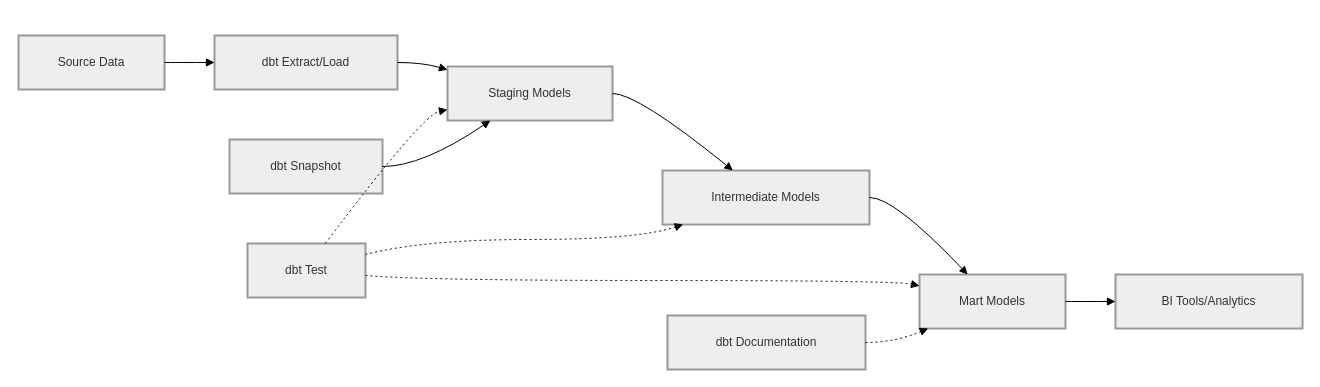
This is dbt achitecture.drawio from canadadry1225521/architecture-design, a draw.io file, before an edit. Source tidied: cells renumbered, new cells numbered last; positions are measured from the earlier drawing's top-left corner, leaving out a move shared by most shapes. Both pictures are drawn from the tidied source at 100%, with x=0, y=0 at pixel (18, 35).
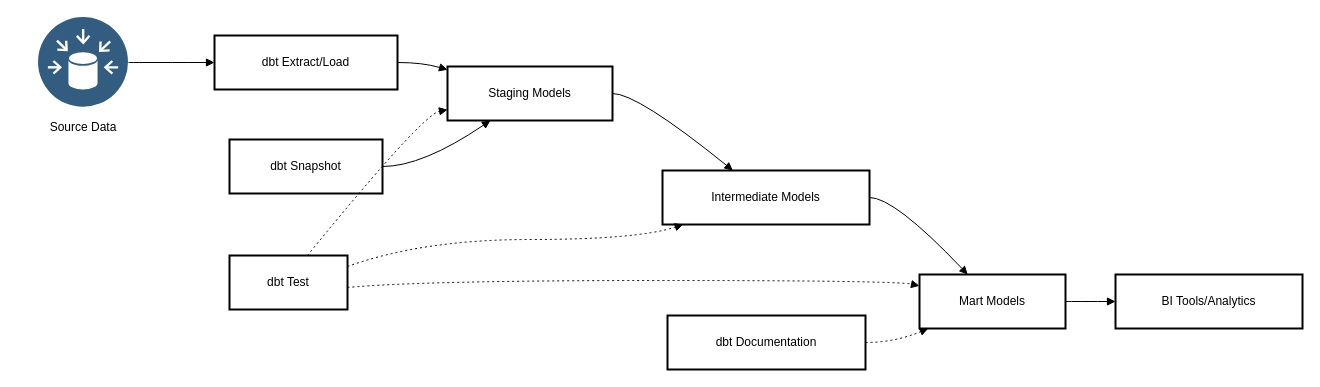
The same page after the edit.

Change to the diagram source:
```diff
@@
-    <mxCell id="2" value="Source Data" style="whiteSpace=wrap;strokeWidth=2;fillColor=light-dark(#eeeeee,#1f2020);strokeColor=light-dark(#999999,#cccccc);fontColor=light-dark(#333333,#cccccc);" parent="1" vertex="1">
-      <mxGeometry width="146" height="54" as="geometry" />
-    </mxCell>
-    <mxCell id="3" value="dbt Extract/Load" style="whiteSpace=wrap;strokeWidth=2;fillColor=light-dark(#eeeeee,#1f2020);strokeColor=light-dark(#999999,#cccccc);fontColor=light-dark(#333333,#cccccc);" parent="1" vertex="1">
+    <mxCell id="3" value="dbt Extract/Load" style="whiteSpace=wrap;strokeWidth=2;labelBackgroundColor=none;rounded=0;" parent="1" vertex="1">
       <mxGeometry x="196" width="183" height="54" as="geometry" />
     </mxCell>
-    <mxCell id="4" value="Staging Models" style="whiteSpace=wrap;strokeWidth=2;fillColor=light-dark(#eeeeee,#1f2020);strokeColor=light-dark(#999999,#cccccc);fontColor=light-dark(#333333,#cccccc);" parent="1" vertex="1">
+    <mxCell id="4" value="Staging Models" style="whiteSpace=wrap;strokeWidth=2;labelBackgroundColor=none;rounded=0;" parent="1" vertex="1">
       <mxGeometry x="429" y="31" width="165" height="54" as="geometry" />
     </mxCell>
-    <mxCell id="5" value="Intermediate Models" style="whiteSpace=wrap;strokeWidth=2;fillColor=light-dark(#eeeeee,#1f2020);strokeColor=light-dark(#999999,#cccccc);fontColor=light-dark(#333333,#cccccc);" parent="1" vertex="1">
+    <mxCell id="5" value="Intermediate Models" style="whiteSpace=wrap;strokeWidth=2;labelBackgroundColor=none;rounded=0;" parent="1" vertex="1">
       <mxGeometry x="644" y="135" width="207" height="54" as="geometry" />
     </mxCell>
-    <mxCell id="6" value="Mart Models" style="whiteSpace=wrap;strokeWidth=2;fillColor=light-dark(#eeeeee,#1f2020);strokeColor=light-dark(#999999,#cccccc);fontColor=light-dark(#333333,#cccccc);" parent="1" vertex="1">
+    <mxCell id="6" value="Mart Models" style="whiteSpace=wrap;strokeWidth=2;labelBackgroundColor=none;rounded=0;" parent="1" vertex="1">
       <mxGeometry x="901" y="239" width="146" height="54" as="geometry" />
     </mxCell>
-    <mxCell id="7" value="BI Tools/Analytics" style="whiteSpace=wrap;strokeWidth=2;fillColor=light-dark(#eeeeee,#1f2020);strokeColor=light-dark(#999999,#cccccc);fontColor=light-dark(#333333,#cccccc);" parent="1" vertex="1">
+    <mxCell id="7" value="BI Tools/Analytics" style="whiteSpace=wrap;strokeWidth=2;labelBackgroundColor=none;rounded=0;" parent="1" vertex="1">
       <mxGeometry x="1097" y="239" width="187" height="54" as="geometry" />
     </mxCell>
-    <mxCell id="8" value="dbt Test" style="whiteSpace=wrap;strokeWidth=2;fillColor=light-dark(#eeeeee,#1f2020);strokeColor=light-dark(#999999,#cccccc);fontColor=light-dark(#333333,#cccccc);" parent="1" vertex="1">
-      <mxGeometry x="229" y="208" width="118" height="54" as="geometry" />
+    <mxCell id="8" value="dbt Test" style="whiteSpace=wrap;strokeWidth=2;labelBackgroundColor=none;rounded=0;" parent="1" vertex="1">
+      <mxGeometry x="211" y="220" width="118" height="54" as="geometry" />
     </mxCell>
-    <mxCell id="9" value="dbt Documentation" style="whiteSpace=wrap;strokeWidth=2;fillColor=light-dark(#eeeeee,#1f2020);strokeColor=light-dark(#999999,#cccccc);fontColor=light-dark(#333333,#cccccc);" parent="1" vertex="1">
+    <mxCell id="9" value="dbt Documentation" style="whiteSpace=wrap;strokeWidth=2;labelBackgroundColor=none;rounded=0;" parent="1" vertex="1">
       <mxGeometry x="649" y="280" width="198" height="54" as="geometry" />
     </mxCell>
-    <mxCell id="10" value="dbt Snapshot" style="whiteSpace=wrap;strokeWidth=2;fillColor=light-dark(#eeeeee,#1f2020);strokeColor=light-dark(#999999,#cccccc);fontColor=light-dark(#333333,#cccccc);" parent="1" vertex="1">
+    <mxCell id="10" value="dbt Snapshot" style="whiteSpace=wrap;strokeWidth=2;labelBackgroundColor=none;rounded=0;" parent="1" vertex="1">
       <mxGeometry x="211" y="104" width="153" height="54" as="geometry" />
     </mxCell>
-    <mxCell id="11" style="curved=1;startArrow=none;endArrow=block;exitX=1;exitY=0.5;entryX=0;entryY=0.5;rounded=0;" parent="1" edge="1" source="2" target="3">
+    <mxCell id="11" style="curved=1;startArrow=none;endArrow=block;exitX=1;exitY=0.5;entryX=0;entryY=0.5;rounded=0;labelBackgroundColor=none;fontColor=default;exitDx=0;exitDy=0;" parent="1" edge="1" source="21" target="3">
       <mxGeometry relative="1" as="geometry" />
     </mxCell>
-    <mxCell id="12" style="curved=1;startArrow=none;endArrow=block;exitX=1;exitY=0.5;entryX=0;entryY=0.06;rounded=0;" parent="1" edge="1" source="3" target="4">
+    <mxCell id="12" style="curved=1;startArrow=none;endArrow=block;exitX=1;exitY=0.5;entryX=0;entryY=0.06;rounded=0;labelBackgroundColor=none;fontColor=default;" parent="1" edge="1" source="3" target="4">
       <mxGeometry relative="1" as="geometry">
         <Array as="points">
           <mxPoint x="404" y="27" />
         </Array>
       </mxGeometry>
     </mxCell>
-    <mxCell id="13" style="curved=1;startArrow=none;endArrow=block;exitX=1;exitY=0.5;entryX=0.34;entryY=0;rounded=0;" parent="1" edge="1" source="4" target="5">
+    <mxCell id="13" style="curved=1;startArrow=none;endArrow=block;exitX=1;exitY=0.5;entryX=0.34;entryY=0;rounded=0;labelBackgroundColor=none;fontColor=default;" parent="1" edge="1" source="4" target="5">
       <mxGeometry relative="1" as="geometry">
         <Array as="points">
           <mxPoint x="619" y="58" />
         </Array>
       </mxGeometry>
     </mxCell>
-    <mxCell id="14" style="curved=1;startArrow=none;endArrow=block;exitX=1;exitY=0.5;entryX=0.33;entryY=0;rounded=0;" parent="1" edge="1" source="5" target="6">
+    <mxCell id="14" style="curved=1;startArrow=none;endArrow=block;exitX=1;exitY=0.5;entryX=0.33;entryY=0;rounded=0;labelBackgroundColor=none;fontColor=default;" parent="1" edge="1" source="5" target="6">
       <mxGeometry relative="1" as="geometry">
         <Array as="points">
           <mxPoint x="876" y="162" />
         </Array>
       </mxGeometry>
     </mxCell>
-    <mxCell id="15" style="curved=1;startArrow=none;endArrow=block;exitX=1;exitY=0.5;entryX=0;entryY=0.5;rounded=0;" parent="1" edge="1" source="6" target="7">
+    <mxCell id="15" style="curved=1;startArrow=none;endArrow=block;exitX=1;exitY=0.5;entryX=0;entryY=0.5;rounded=0;labelBackgroundColor=none;fontColor=default;" parent="1" edge="1" source="6" target="7">
       <mxGeometry relative="1" as="geometry" />
     </mxCell>
-    <mxCell id="16" style="curved=1;dashed=1;dashPattern=2 3;startArrow=none;endArrow=block;exitX=0.66;exitY=0;entryX=0;entryY=0.8;rounded=0;" parent="1" edge="1" source="8" target="4">
+    <mxCell id="16" style="curved=1;dashed=1;dashPattern=2 3;startArrow=none;endArrow=block;exitX=0.66;exitY=0;entryX=0;entryY=0.8;rounded=0;labelBackgroundColor=none;fontColor=default;" parent="1" edge="1" source="8" target="4">
       <mxGeometry relative="1" as="geometry">
         <Array as="points">
           <mxPoint x="404" y="79" />
         </Array>
       </mxGeometry>
     </mxCell>
-    <mxCell id="17" style="curved=1;dashed=1;dashPattern=2 3;startArrow=none;endArrow=block;exitX=0.99;exitY=0.21;entryX=0.1;entryY=1;rounded=0;" parent="1" edge="1" source="8" target="5">
+    <mxCell id="17" style="curved=1;dashed=1;dashPattern=2 3;startArrow=none;endArrow=block;exitX=0.99;exitY=0.21;entryX=0.1;entryY=1;rounded=0;labelBackgroundColor=none;fontColor=default;" parent="1" edge="1" source="8" target="5">
       <mxGeometry relative="1" as="geometry">
         <Array as="points">
           <mxPoint x="404" y="204" />
           <mxPoint x="619" y="204" />
         </Array>
       </mxGeometry>
     </mxCell>
-    <mxCell id="18" style="curved=1;dashed=1;dashPattern=2 3;startArrow=none;endArrow=block;exitX=0.99;exitY=0.59;entryX=0;entryY=0.21;rounded=0;" parent="1" edge="1" source="8" target="6">
+    <mxCell id="18" style="curved=1;dashed=1;dashPattern=2 3;startArrow=none;endArrow=block;exitX=0.99;exitY=0.59;entryX=0;entryY=0.21;rounded=0;labelBackgroundColor=none;fontColor=default;" parent="1" edge="1" source="8" target="6">
       <mxGeometry relative="1" as="geometry">
         <Array as="points">
           <mxPoint x="404" y="245" />
           <mxPoint x="876" y="245" />
         </Array>
       </mxGeometry>
     </mxCell>
-    <mxCell id="19" style="curved=1;dashed=1;dashPattern=2 3;startArrow=none;endArrow=block;exitX=1;exitY=0.5;entryX=0.06;entryY=1;rounded=0;" parent="1" edge="1" source="9" target="6">
+    <mxCell id="19" style="curved=1;dashed=1;dashPattern=2 3;startArrow=none;endArrow=block;exitX=1;exitY=0.5;entryX=0.06;entryY=1;rounded=0;labelBackgroundColor=none;fontColor=default;" parent="1" edge="1" source="9" target="6">
       <mxGeometry relative="1" as="geometry">
         <Array as="points">
           <mxPoint x="876" y="307" />
         </Array>
       </mxGeometry>
     </mxCell>
-    <mxCell id="20" style="curved=1;startArrow=none;endArrow=block;exitX=1;exitY=0.5;entryX=0.26;entryY=1;rounded=0;" parent="1" edge="1" source="10" target="4">
+    <mxCell id="20" style="curved=1;startArrow=none;endArrow=block;exitX=1;exitY=0.5;entryX=0.26;entryY=1;rounded=0;labelBackgroundColor=none;fontColor=default;" parent="1" edge="1" source="10" target="4">
       <mxGeometry relative="1" as="geometry">
         <Array as="points">
           <mxPoint x="404" y="131" />
         </Array>
       </mxGeometry>
     </mxCell>
+    <mxCell id="21" style="image;perimeter=ellipsePerimeter;html=1;align=center;shadow=0;dashed=0;fontColor=#4277BB;labelBackgroundColor=default;fontSize=12;spacingTop=3;image=img/lib/ibm/data/data_sources.svg;" parent="1" vertex="1">
+      <mxGeometry x="20" y="-18" width="90" height="90" as="geometry" />
+    </mxCell>
+    <mxCell id="2" value="Source Data" style="text;html=1;whiteSpace=wrap;strokeColor=none;fillColor=none;align=center;verticalAlign=middle;rounded=0;" parent="1" vertex="1">
+      <mxGeometry x="10" y="72" width="110" height="40" as="geometry" />
+    </mxCell>
```
